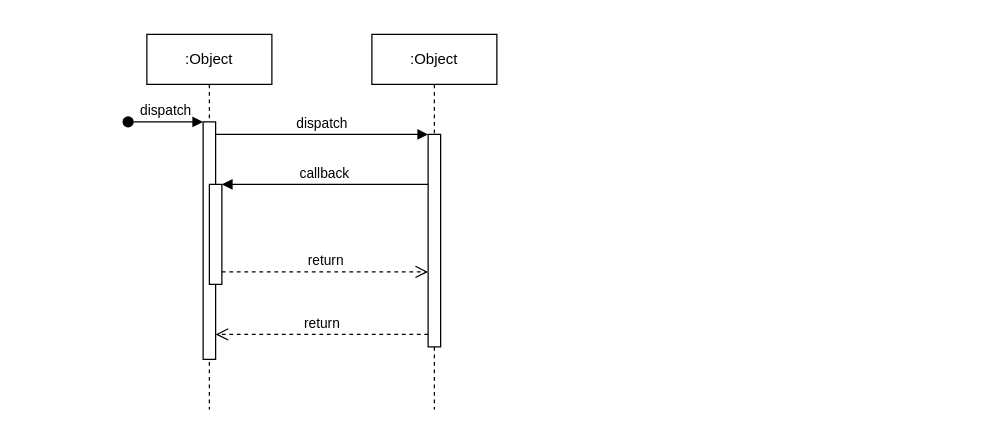
This is Final_project_Sequence_diagram.drawio from vriusc/Intelligent-Tutoring-System, a draw.io file, before an edit. Source tidied: cells renumbered, new cells numbered last; positions are measured from the earlier drawing's top-left corner, leaving out a move shared by most shapes. Both pictures are drawn from the tidied source at 125%, with x=0, y=0 at pixel (128, 34).
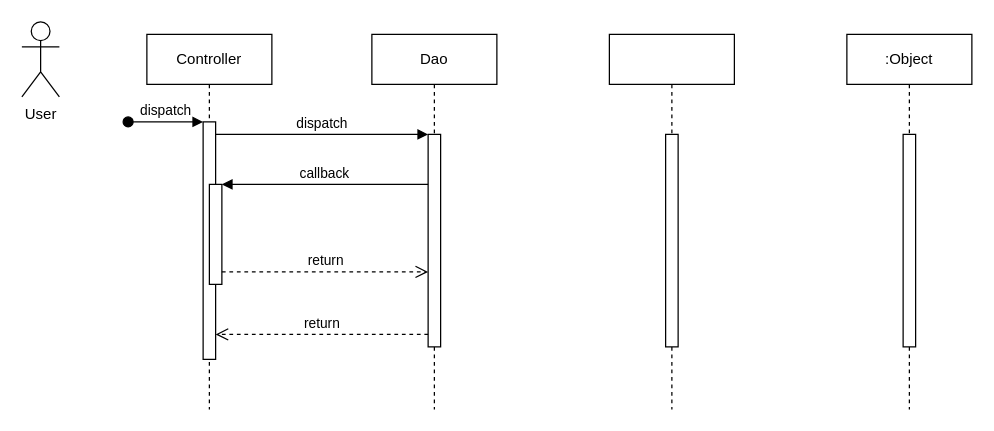
The same page after the edit.

The edit, as a diff of the source:
```diff
@@
-    <mxCell id="2" value=":Object" style="shape=umlLifeline;perimeter=lifelinePerimeter;whiteSpace=wrap;html=1;newEdgeStyle={&quot;edgeStyle&quot;:&quot;elbowEdgeStyle&quot;,&quot;elbow&quot;:&quot;vertical&quot;,&quot;curved&quot;:0,&quot;rounded&quot;:0};" parent="1" vertex="1">
+    <mxCell id="2" value="Controller" style="shape=umlLifeline;perimeter=lifelinePerimeter;whiteSpace=wrap;html=1;newEdgeStyle={&quot;edgeStyle&quot;:&quot;elbowEdgeStyle&quot;,&quot;elbow&quot;:&quot;vertical&quot;,&quot;curved&quot;:0,&quot;rounded&quot;:0};" parent="1" vertex="1">
       <mxGeometry x="15" width="100" height="300" as="geometry" />
     </mxCell>
@@
-    <mxCell id="6" value=":Object" style="shape=umlLifeline;perimeter=lifelinePerimeter;whiteSpace=wrap;html=1;newEdgeStyle={&quot;edgeStyle&quot;:&quot;elbowEdgeStyle&quot;,&quot;elbow&quot;:&quot;vertical&quot;,&quot;curved&quot;:0,&quot;rounded&quot;:0};" parent="1" vertex="1">
+    <mxCell id="6" value="Dao" style="shape=umlLifeline;perimeter=lifelinePerimeter;whiteSpace=wrap;html=1;newEdgeStyle={&quot;edgeStyle&quot;:&quot;elbowEdgeStyle&quot;,&quot;elbow&quot;:&quot;vertical&quot;,&quot;curved&quot;:0,&quot;rounded&quot;:0};" parent="1" vertex="1">
       <mxGeometry x="195" width="100" height="300" as="geometry" />
     </mxCell>
@@
+    <mxCell id="12" style="shape=umlLifeline;perimeter=lifelinePerimeter;whiteSpace=wrap;html=1;newEdgeStyle={&quot;edgeStyle&quot;:&quot;elbowEdgeStyle&quot;,&quot;elbow&quot;:&quot;vertical&quot;,&quot;curved&quot;:0,&quot;rounded&quot;:0};" parent="1" vertex="1">
+      <mxGeometry x="385" width="100" height="300" as="geometry" />
+    </mxCell>
+    <mxCell id="13" style="html=1;perimeter=orthogonalPerimeter;targetShapes=umlLifeline;newEdgeStyle={&quot;edgeStyle&quot;:&quot;elbowEdgeStyle&quot;,&quot;elbow&quot;:&quot;vertical&quot;,&quot;curved&quot;:0,&quot;rounded&quot;:0};" parent="12" vertex="1">
+      <mxGeometry x="45" y="80" width="10" height="170" as="geometry" />
+    </mxCell>
+    <mxCell id="14" value=":Object" style="shape=umlLifeline;perimeter=lifelinePerimeter;whiteSpace=wrap;html=1;newEdgeStyle={&quot;edgeStyle&quot;:&quot;elbowEdgeStyle&quot;,&quot;elbow&quot;:&quot;vertical&quot;,&quot;curved&quot;:0,&quot;rounded&quot;:0};" parent="1" vertex="1">
+      <mxGeometry x="575" width="100" height="300" as="geometry" />
+    </mxCell>
+    <mxCell id="15" style="html=1;perimeter=orthogonalPerimeter;targetShapes=umlLifeline;newEdgeStyle={&quot;edgeStyle&quot;:&quot;elbowEdgeStyle&quot;,&quot;elbow&quot;:&quot;vertical&quot;,&quot;curved&quot;:0,&quot;rounded&quot;:0};" parent="14" vertex="1">
+      <mxGeometry x="45" y="80" width="10" height="170" as="geometry" />
+    </mxCell>
+    <mxCell id="16" value="User" style="shape=umlActor;verticalLabelPosition=bottom;verticalAlign=top;html=1;" parent="1" vertex="1">
+      <mxGeometry x="-85" y="-10" width="30" height="60" as="geometry" />
+    </mxCell>
```
